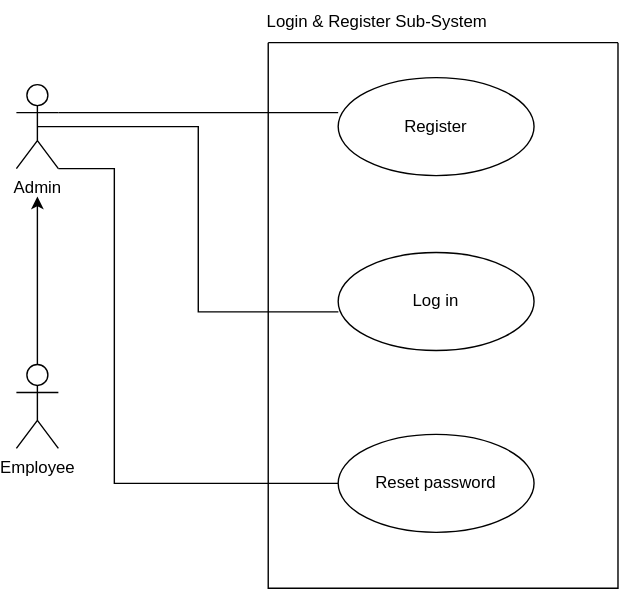
Earlier version of the draw.io export Login Register.svg (Simamkele88/IFM3_GP). Source tidied: cells renumbered, new cells last; positions are measured from the earlier drawing's top-left corner, leaving out a move shared by most shapes.
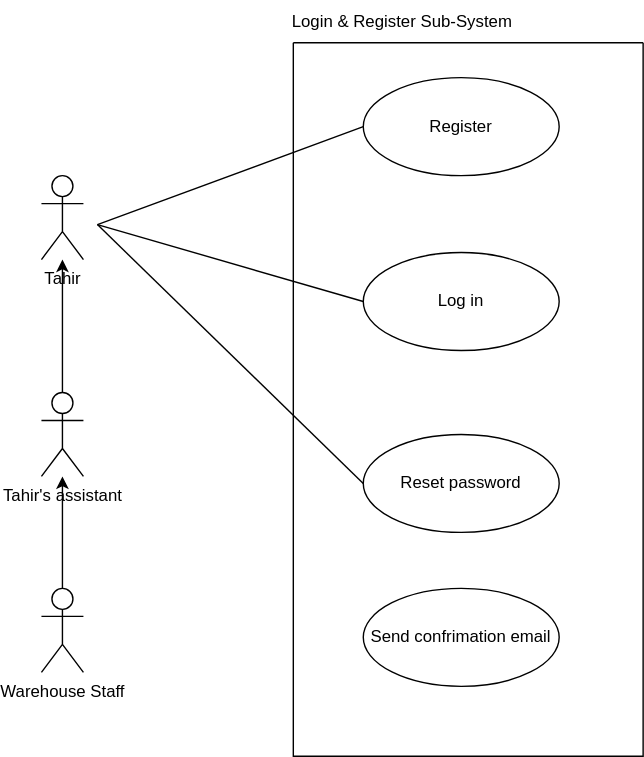
After the change.

Change to the diagram source:
```diff
@@ -2,16 +2,11 @@
   <root>
     <mxCell id="0" />
     <mxCell id="1" parent="0" />
-    <mxCell id="2" style="edgeStyle=orthogonalEdgeStyle;rounded=0;jettySize=auto;html=1;" parent="1" edge="1" source="3">
-      <mxGeometry relative="1" as="geometry">
-        <mxPoint x="15" y="140" as="targetPoint" />
-      </mxGeometry>
-    </mxCell>
-    <mxCell id="3" value="Employee" style="shape=umlActor;verticalLabelPosition=bottom;verticalAlign=top;html=1;outlineConnect=0;" parent="1" vertex="1">
-      <mxGeometry y="260" width="30" height="60" as="geometry" />
+    <mxCell id="3" value="Tahir's assistant" style="shape=umlActor;verticalLabelPosition=bottom;verticalAlign=top;html=1;outlineConnect=0;" parent="1" vertex="1">
+      <mxGeometry y="280" width="30" height="60" as="geometry" />
     </mxCell>
     <mxCell id="4" style="swimlane;startSize=0;" parent="1" vertex="1">
-      <mxGeometry x="180" y="30" width="250" height="390" as="geometry" />
+      <mxGeometry x="180" y="30" width="250" height="510" as="geometry" />
     </mxCell>
     <mxCell id="5" value="Log in" style="ellipse;whiteSpace=wrap;html=1;strokeColor=default;align=center;verticalAlign=middle;fontFamily=Helvetica;fontSize=12;fontColor=default;fillColor=default;" parent="4" vertex="1">
       <mxGeometry x="50" y="150" width="140" height="70" as="geometry" />
@@ -22,25 +17,38 @@
     <mxCell id="7" value="Reset password" style="ellipse;whiteSpace=wrap;html=1;strokeColor=default;align=center;verticalAlign=middle;fontFamily=Helvetica;fontSize=12;fontColor=default;fillColor=default;" parent="4" vertex="1">
       <mxGeometry x="50" y="280" width="140" height="70" as="geometry" />
     </mxCell>
+    <mxCell id="13" value="Send confrimation email" style="ellipse;whiteSpace=wrap;html=1;" parent="4" vertex="1">
+      <mxGeometry x="50" y="390" width="140" height="70" as="geometry" />
+    </mxCell>
     <mxCell id="8" value="Login &amp;amp; Register Sub-System" style="text;html=1;align=center;verticalAlign=middle;whiteSpace=wrap;rounded=0;" parent="1" vertex="1">
       <mxGeometry x="170" width="176" height="30" as="geometry" />
     </mxCell>
-    <mxCell id="9" style="edgeStyle=orthogonalEdgeStyle;rounded=0;jettySize=auto;html=1;exitX=1;exitY=1;exitDx=0;exitDy=0;exitPerimeter=0;entryX=0;entryY=0.5;entryDx=0;entryDy=0;endArrow=none;startFill=0;" parent="1" edge="1" source="10" target="7">
-      <mxGeometry relative="1" as="geometry">
-        <Array as="points">
-          <mxPoint x="70" y="120" />
-          <mxPoint x="70" y="345" />
-        </Array>
-      </mxGeometry>
-    </mxCell>
+    <mxCell id="14" style="edgeStyle=orthogonalEdgeStyle;rounded=0;jettySize=auto;html=1;exitX=0.5;exitY=0;exitDx=0;exitDy=0;exitPerimeter=0;" parent="1" edge="1" source="15" target="3">
+      <mxGeometry relative="1" as="geometry" />
+    </mxCell>
+    <mxCell id="15" value="Warehouse Staff" style="shape=umlActor;verticalLabelPosition=bottom;verticalAlign=top;html=1;outlineConnect=0;" parent="1" vertex="1">
+      <mxGeometry y="420" width="30" height="60" as="geometry" />
+    </mxCell>
+    <mxCell id="16" style="edgeStyle=orthogonalEdgeStyle;rounded=0;jettySize=auto;html=1;" parent="1" edge="1" source="3" target="10">
+      <mxGeometry relative="1" as="geometry" />
+    </mxCell>
-    <mxCell id="10" value="Admin" style="shape=umlActor;verticalLabelPosition=bottom;verticalAlign=top;html=1;outlineConnect=0;" parent="1" vertex="1">
-      <mxGeometry y="60" width="30" height="60" as="geometry" />
+    <mxCell id="10" value="Tahir" style="shape=umlActor;verticalLabelPosition=bottom;verticalAlign=top;html=1;outlineConnect=0;" parent="1" vertex="1">
+      <mxGeometry y="125" width="30" height="60" as="geometry" />
     </mxCell>
-    <mxCell id="11" style="edgeStyle=orthogonalEdgeStyle;rounded=0;jettySize=auto;html=1;entryX=0.001;entryY=0.606;entryDx=0;entryDy=0;entryPerimeter=0;exitX=0.5;exitY=0.5;exitDx=0;exitDy=0;exitPerimeter=0;endArrow=none;startFill=0;" parent="1" edge="1" source="10" target="5">
-      <mxGeometry relative="1" as="geometry" />
-    </mxCell>
-    <mxCell id="12" style="edgeStyle=orthogonalEdgeStyle;rounded=0;jettySize=auto;html=1;exitX=1;exitY=0.3333333333333333;exitDx=0;exitDy=0;exitPerimeter=0;entryX=0;entryY=0.357;entryDx=0;entryDy=0;entryPerimeter=0;endArrow=none;startFill=0;" parent="1" edge="1" source="10" target="6">
-      <mxGeometry relative="1" as="geometry" />
-    </mxCell>
+    <mxCell id="17" style="endArrow=none;html=1;rounded=0;entryX=0;entryY=0.5;entryDx=0;entryDy=0;" parent="1" edge="1" target="6">
+      <mxGeometry relative="1" as="geometry">
+        <mxPoint x="40" y="160" as="sourcePoint" />
+      </mxGeometry>
+    </mxCell>
+    <mxCell id="18" style="endArrow=none;html=1;rounded=0;entryX=0;entryY=0.5;entryDx=0;entryDy=0;" parent="1" edge="1" target="5">
+      <mxGeometry relative="1" as="geometry">
+        <mxPoint x="40" y="160" as="sourcePoint" />
+      </mxGeometry>
+    </mxCell>
+    <mxCell id="19" style="endArrow=none;html=1;rounded=0;entryX=0;entryY=0.5;entryDx=0;entryDy=0;" parent="1" edge="1" target="7">
+      <mxGeometry relative="1" as="geometry">
+        <mxPoint x="40" y="160" as="sourcePoint" />
+      </mxGeometry>
+    </mxCell>
   </root>
 </mxGraphModel>
```
